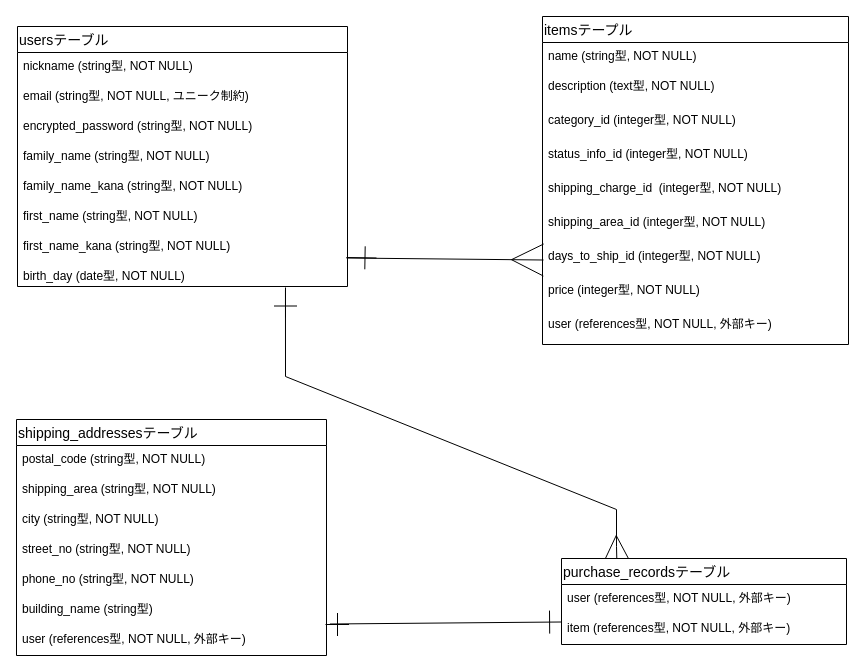
Above: ntt.dio in DrizzleMoelay/furima-38099 (draw.io), before the change. Source tidied: cells renumbered, new cells numbered last; positions are measured from the earlier drawing's top-left corner, leaving out a move shared by most shapes. Both pictures are drawn from the tidied source at 100%, with x=0, y=0 at pixel (16, 16).
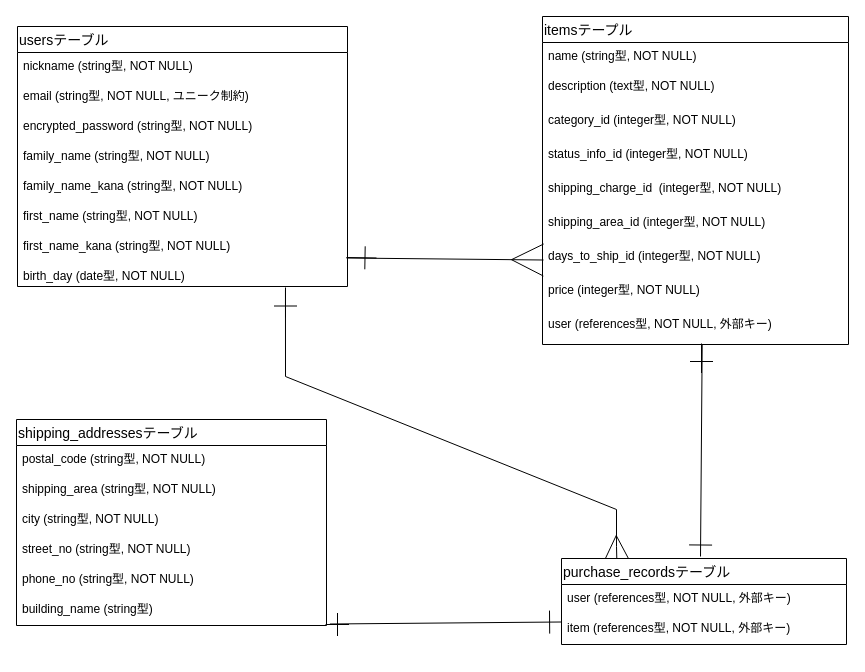
The same diagram, later.

The edit, as a diff of the source:
```diff
@@
+    <mxCell id="38" style="edgeStyle=none;rounded=0;html=1;fontColor=#F0F0F0;endArrow=ERone;endFill=0;startSize=16;endSize=21;sourcePerimeterSpacing=0;targetPerimeterSpacing=0;strokeWidth=1;" parent="1" edge="1">
+      <mxGeometry relative="1" as="geometry">
+        <mxPoint x="685.7" y="328" as="sourcePoint" />
+        <mxPoint x="684" y="540" as="targetPoint" />
+      </mxGeometry>
+    </mxCell>
+    <mxCell id="39" style="edgeStyle=none;rounded=0;html=1;fontColor=#F0F0F0;endArrow=ERone;endFill=0;startSize=16;endSize=21;sourcePerimeterSpacing=0;targetPerimeterSpacing=0;strokeWidth=1;" parent="1" edge="1">
+      <mxGeometry relative="1" as="geometry">
+        <mxPoint x="685" y="327" as="sourcePoint" />
+        <mxPoint x="685" y="356.5" as="targetPoint" />
+      </mxGeometry>
+    </mxCell>
@@
     <mxCell id="23" value="shipping_addressesテーブル" style="swimlane;fontStyle=0;horizontal=1;startSize=26;align=left;fontSize=14;" parent="1" vertex="1">
-      <mxGeometry y="403" width="310" height="236" as="geometry" />
+      <mxGeometry y="403" width="310" height="206" as="geometry" />
     </mxCell>
@@
-    <mxCell id="30" value="user (references型, NOT NULL, 外部キー)" style="text;strokeColor=none;fillColor=none;spacingLeft=4;spacingRight=4;overflow=hidden;points=[[0,0.5],[1,0.5]];portConstraint=eastwest;fontSize=12;" parent="23" vertex="1">
-      <mxGeometry y="206" width="310" height="30" as="geometry" />
-    </mxCell>
@@
-    <mxCell id="36" style="edgeStyle=none;rounded=0;html=1;fontColor=#F0F0F0;endArrow=ERone;endFill=0;startSize=16;endSize=21;sourcePerimeterSpacing=0;targetPerimeterSpacing=0;strokeWidth=1;entryX=-0.012;entryY=0.25;entryDx=0;entryDy=0;entryPerimeter=0;exitX=1.011;exitY=-0.05;exitDx=0;exitDy=0;exitPerimeter=0;" parent="1" edge="1" source="30">
+    <mxCell id="36" style="edgeStyle=none;rounded=0;html=1;fontColor=#F0F0F0;endArrow=ERone;endFill=0;startSize=16;endSize=21;sourcePerimeterSpacing=0;targetPerimeterSpacing=0;strokeWidth=1;entryX=-0.012;entryY=0.25;entryDx=0;entryDy=0;entryPerimeter=0;exitX=1.011;exitY=-0.05;exitDx=0;exitDy=0;exitPerimeter=0;" parent="1" edge="1">
       <mxGeometry relative="1" as="geometry">
+        <mxPoint x="313.4" y="607.5" as="sourcePoint" />
         <mxPoint x="544.6" y="605.5" as="targetPoint" />
       </mxGeometry>
     </mxCell>
```
